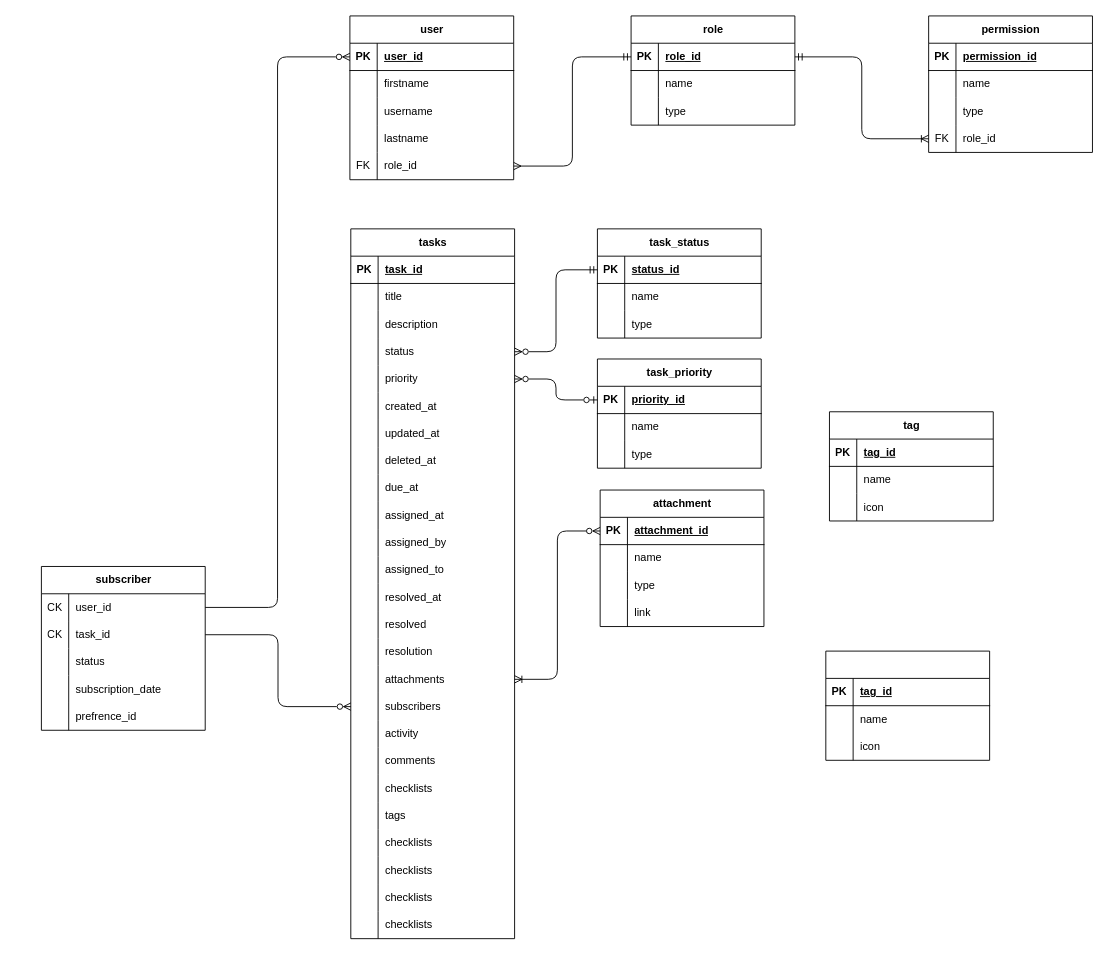
The draw.io diagram Untitled Diagram.drawio in sonu-nigam/workflow, before the edit. Source tidied: cells renumbered, new cells numbered last; positions are measured from the earlier drawing's top-left corner, leaving out a move shared by most shapes. Both pictures are drawn from the tidied source at 91%, with x=0, y=0 at pixel (41, 15).
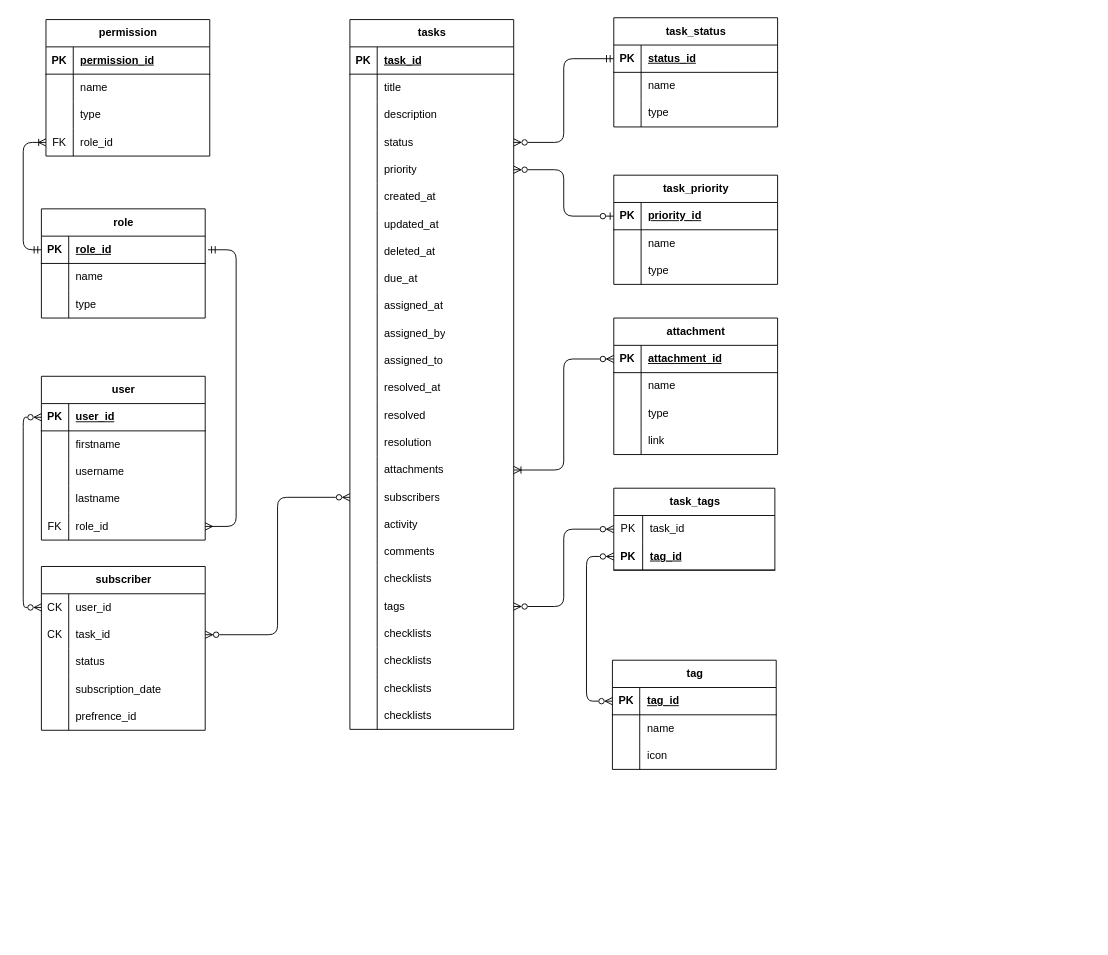
The same diagram, later.

Unchanged cells that the change refers to:
```xml
<mxCell id="3" style="shape=tableRow;horizontal=0;startSize=0;swimlaneHead=0;swimlaneBody=0;fillColor=none;points=[[0,0.5],[1,0.5]];portConstraint=eastwest;top=0;left=0;right=0;bottom=1;rounded=0;" parent="2" vertex="1">
  <mxGeometry y="30" width="180" height="30" as="geometry" />
</mxCell>
<mxCell id="15" style="shape=tableRow;horizontal=0;startSize=0;swimlaneHead=0;swimlaneBody=0;fillColor=none;points=[[0,0.5],[1,0.5]];portConstraint=eastwest;top=0;left=0;right=0;bottom=0;rounded=0;" parent="2" vertex="1">
  <mxGeometry y="150" width="180" height="30" as="geometry" />
</mxCell>
<mxCell id="19" style="shape=tableRow;horizontal=0;startSize=0;swimlaneHead=0;swimlaneBody=0;fillColor=none;points=[[0,0.5],[1,0.5]];portConstraint=eastwest;top=0;left=0;right=0;bottom=1;rounded=0;" parent="18" vertex="1">
  <mxGeometry y="30" width="180" height="30" as="geometry" />
</mxCell>
<mxCell id="77" style="shape=tableRow;horizontal=0;startSize=0;swimlaneHead=0;swimlaneBody=0;fillColor=none;points=[[0,0.5],[1,0.5]];portConstraint=eastwest;top=0;left=0;right=0;bottom=0;" parent="28" vertex="1">
  <mxGeometry y="510" width="180" height="30" as="geometry" />
</mxCell>
<mxCell id="89" style="shape=tableRow;horizontal=0;startSize=0;swimlaneHead=0;swimlaneBody=0;fillColor=none;points=[[0,0.5],[1,0.5]];portConstraint=eastwest;top=0;left=0;right=0;bottom=0;" parent="28" vertex="1">
  <mxGeometry y="630" width="180" height="30" as="geometry" />
</mxCell>
<mxCell id="114" style="shape=tableRow;horizontal=0;startSize=0;swimlaneHead=0;swimlaneBody=0;fillColor=none;points=[[0,0.5],[1,0.5]];portConstraint=eastwest;top=0;left=0;right=0;bottom=0;rounded=0;" parent="104" vertex="1">
  <mxGeometry y="120" width="180" height="30" as="geometry" />
</mxCell>
<mxCell id="140" style="shape=tableRow;horizontal=0;startSize=0;swimlaneHead=0;swimlaneBody=0;fillColor=none;points=[[0,0.5],[1,0.5]];portConstraint=eastwest;top=0;left=0;right=0;bottom=1;rounded=0;" parent="139" vertex="1">
  <mxGeometry y="30" width="180" height="30" as="geometry" />
</mxCell>
<mxCell id="166" style="shape=tableRow;horizontal=0;startSize=0;swimlaneHead=0;swimlaneBody=0;fillColor=none;points=[[0,0.5],[1,0.5]];portConstraint=eastwest;top=0;left=0;right=0;bottom=0;rounded=0;" parent="165" vertex="1">
  <mxGeometry y="30" width="180" height="30" as="geometry" />
</mxCell>
<mxCell id="169" style="shape=tableRow;horizontal=0;startSize=0;swimlaneHead=0;swimlaneBody=0;fillColor=none;points=[[0,0.5],[1,0.5]];portConstraint=eastwest;top=0;left=0;right=0;bottom=0;rounded=0;" parent="165" vertex="1">
  <mxGeometry y="60" width="180" height="30" as="geometry" />
</mxCell>
```

Change to the diagram source:
```diff
@@
     <mxCell id="2" value="user" style="shape=table;startSize=30;childLayout=tableLayout;rowLines=0;fontStyle=1;align=center;html=1;rounded=0;" parent="1" vertex="1">
-      <mxGeometry x="339" width="180" height="180" as="geometry" />
+      <mxGeometry y="396" width="180" height="180" as="geometry" />
     </mxCell>
@@
     <mxCell id="18" value="role" style="shape=table;startSize=30;childLayout=tableLayout;rowLines=0;fontStyle=1;align=center;html=1;rounded=0;" parent="1" vertex="1">
-      <mxGeometry x="648" width="180" height="120" as="geometry" />
+      <mxGeometry y="212" width="180" height="120" as="geometry" />
     </mxCell>
@@
     <mxCell id="28" value="tasks" style="shape=table;startSize=30;childLayout=tableLayout;rowLines=0;fontStyle=1;align=center;html=1;" parent="1" vertex="1">
-      <mxGeometry x="340" y="234" width="180" height="780" as="geometry" />
+      <mxGeometry x="339" y="4" width="180" height="780" as="geometry" />
     </mxCell>
@@
     <mxCell id="104" value="permission" style="shape=table;startSize=30;childLayout=tableLayout;rowLines=0;fontStyle=1;align=center;html=1;rounded=0;" parent="1" vertex="1">
-      <mxGeometry x="975" width="180" height="150" as="geometry" />
+      <mxGeometry x="5" y="4" width="180" height="150" as="geometry" />
     </mxCell>
@@
-    <mxCell id="117" style="edgeStyle=orthogonalEdgeStyle;rounded=1;jettySize=auto;html=1;entryX=0;entryY=0.5;entryDx=0;entryDy=0;curved=0;endArrow=ERmandOne;endFill=0;startArrow=ERmany;startFill=0;" parent="1" edge="1" source="15" target="19">
-      <mxGeometry relative="1" as="geometry" />
+    <mxCell id="117" style="edgeStyle=orthogonalEdgeStyle;rounded=1;jettySize=auto;html=1;curved=0;endArrow=ERmandOne;endFill=0;startArrow=ERmany;startFill=0;" parent="1" edge="1" source="15">
+      <mxGeometry relative="1" as="geometry">
+        <mxPoint x="183" y="257" as="targetPoint" />
+        <Array as="points">
+          <mxPoint x="214" y="561" />
+          <mxPoint x="214" y="257" />
+        </Array>
+      </mxGeometry>
     </mxCell>
-    <mxCell id="118" style="edgeStyle=orthogonalEdgeStyle;rounded=1;jettySize=auto;html=1;entryX=0;entryY=0.5;entryDx=0;entryDy=0;curved=0;endArrow=ERoneToMany;endFill=0;startArrow=ERmandOne;startFill=0;" parent="1" edge="1" source="19" target="114">
-      <mxGeometry relative="1" as="geometry" />
-    </mxCell>
     <mxCell id="119" value="task_status" style="shape=table;startSize=30;childLayout=tableLayout;rowLines=0;fontStyle=1;align=center;html=1;rounded=0;" parent="1" vertex="1">
-      <mxGeometry x="611" y="234" width="180" height="120" as="geometry" />
+      <mxGeometry x="629" y="2" width="180" height="120" as="geometry" />
     </mxCell>
@@
     <mxCell id="129" value="task_priority" style="shape=table;startSize=30;childLayout=tableLayout;rowLines=0;fontStyle=1;align=center;html=1;rounded=0;" parent="1" vertex="1">
-      <mxGeometry x="611" y="377" width="180" height="120" as="geometry" />
+      <mxGeometry x="629" y="175" width="180" height="120" as="geometry" />
     </mxCell>
@@
     <mxCell id="139" value="tag" style="shape=table;startSize=30;childLayout=tableLayout;rowLines=0;fontStyle=1;align=center;html=1;rounded=0;" parent="1" vertex="1">
-      <mxGeometry x="866" y="435" width="180" height="120" as="geometry" />
+      <mxGeometry x="627.5" y="708" width="180" height="120" as="geometry" />
     </mxCell>
@@
     <mxCell id="149" value="attachment" style="shape=table;startSize=30;childLayout=tableLayout;rowLines=0;fontStyle=1;align=center;html=1;rounded=0;" parent="1" vertex="1">
-      <mxGeometry x="614" y="521" width="180" height="150" as="geometry" />
+      <mxGeometry x="629" y="332" width="180" height="150" as="geometry" />
     </mxCell>
@@
+    <mxCell id="193" style="edgeStyle=orthogonalEdgeStyle;rounded=1;jettySize=auto;html=1;entryX=1;entryY=0.5;entryDx=0;entryDy=0;curved=0;startArrow=ERzeroToMany;startFill=0;endArrow=ERzeroToMany;endFill=0;exitX=0;exitY=0.5;exitDx=0;exitDy=0;" parent="1" edge="1" source="185" target="89">
+      <mxGeometry relative="1" as="geometry" />
+    </mxCell>
-    <mxCell id="181" style="shape=table;startSize=30;childLayout=tableLayout;rowLines=0;fontStyle=1;align=center;html=1;rounded=0;" parent="1" vertex="1">
-      <mxGeometry x="862" y="698" width="180" height="120" as="geometry" />
+    <mxCell id="181" value="task_tags" style="shape=table;startSize=30;childLayout=tableLayout;rowLines=0;fontStyle=1;align=center;html=1;rounded=0;" parent="1" vertex="1">
+      <mxGeometry x="629" y="519" width="177" height="90" as="geometry" />
     </mxCell>
+    <mxCell id="185" style="shape=tableRow;horizontal=0;startSize=0;swimlaneHead=0;swimlaneBody=0;fillColor=none;points=[[0,0.5],[1,0.5]];portConstraint=eastwest;top=0;left=0;right=0;bottom=0;rounded=0;" parent="181" vertex="1">
+      <mxGeometry y="30" width="177" height="30" as="geometry" />
+    </mxCell>
+    <mxCell id="186" value="PK" style="shape=partialRectangle;fillColor=none;top=0;left=0;bottom=0;right=0;overflow=hidden;whiteSpace=wrap;html=1;rounded=0;" parent="185" vertex="1">
+      <mxGeometry width="31.7" height="30" as="geometry" />
+    </mxCell>
+    <mxCell id="187" value="task_id" style="shape=partialRectangle;fillColor=none;top=0;left=0;bottom=0;right=0;align=left;spacingLeft=6;overflow=hidden;whiteSpace=wrap;html=1;rounded=0;" parent="185" vertex="1">
+      <mxGeometry x="31.7" width="145.3" height="30" as="geometry" />
+    </mxCell>
     <mxCell id="182" style="shape=tableRow;horizontal=0;startSize=0;swimlaneHead=0;swimlaneBody=0;fillColor=none;points=[[0,0.5],[1,0.5]];portConstraint=eastwest;top=0;left=0;right=0;bottom=1;rounded=0;" parent="181" vertex="1">
-      <mxGeometry y="30" width="180" height="30" as="geometry" />
+      <mxGeometry y="60" width="177" height="30" as="geometry" />
     </mxCell>
     <mxCell id="183" value="PK" style="shape=partialRectangle;fillColor=none;top=0;left=0;bottom=0;right=0;fontStyle=1;overflow=hidden;whiteSpace=wrap;html=1;rounded=0;" parent="182" vertex="1">
-      <mxGeometry width="30" height="30" as="geometry" />
+      <mxGeometry width="31.7" height="30" as="geometry" />
     </mxCell>
     <mxCell id="184" value="tag_id" style="shape=partialRectangle;fillColor=none;top=0;left=0;bottom=0;right=0;align=left;spacingLeft=6;fontStyle=5;overflow=hidden;whiteSpace=wrap;html=1;rounded=0;" parent="182" vertex="1">
-      <mxGeometry x="30" width="150" height="30" as="geometry" />
+      <mxGeometry x="31.7" width="145.3" height="30" as="geometry" />
     </mxCell>
-    <mxCell id="185" style="shape=tableRow;horizontal=0;startSize=0;swimlaneHead=0;swimlaneBody=0;fillColor=none;points=[[0,0.5],[1,0.5]];portConstraint=eastwest;top=0;left=0;right=0;bottom=0;rounded=0;" parent="181" vertex="1">
-      <mxGeometry y="60" width="180" height="30" as="geometry" />
-    </mxCell>
-    <mxCell id="186" style="shape=partialRectangle;fillColor=none;top=0;left=0;bottom=0;right=0;overflow=hidden;whiteSpace=wrap;html=1;rounded=0;" parent="185" vertex="1">
-      <mxGeometry width="30" height="30" as="geometry" />
-    </mxCell>
-    <mxCell id="187" value="name" style="shape=partialRectangle;fillColor=none;top=0;left=0;bottom=0;right=0;align=left;spacingLeft=6;overflow=hidden;whiteSpace=wrap;html=1;rounded=0;" parent="185" vertex="1">
-      <mxGeometry x="30" width="150" height="30" as="geometry" />
-    </mxCell>
-    <mxCell id="188" style="shape=tableRow;horizontal=0;startSize=0;swimlaneHead=0;swimlaneBody=0;fillColor=none;top=0;left=0;right=0;bottom=0;rounded=0;" parent="181" vertex="1">
-      <mxGeometry y="90" width="180" height="30" as="geometry" />
-    </mxCell>
-    <mxCell id="189" style="shape=partialRectangle;fillColor=none;top=0;left=0;bottom=0;right=0;overflow=hidden;whiteSpace=wrap;html=1;rounded=0;" parent="188" vertex="1">
-      <mxGeometry width="30" height="30" as="geometry" />
-    </mxCell>
-    <mxCell id="190" value="icon" style="shape=partialRectangle;fillColor=none;top=0;left=0;bottom=0;right=0;align=left;spacingLeft=6;overflow=hidden;whiteSpace=wrap;html=1;rounded=0;" parent="188" vertex="1">
-      <mxGeometry x="30" width="150" height="30" as="geometry" />
-    </mxCell>
-    <mxCell id="191" style="edgeStyle=orthogonalEdgeStyle;rounded=1;jettySize=auto;html=1;entryX=0;entryY=0.5;entryDx=0;entryDy=0;curved=0;endArrow=ERzeroToMany;endFill=0;" parent="1" edge="1" source="166" target="3">
+    <mxCell id="191" style="edgeStyle=orthogonalEdgeStyle;rounded=1;jettySize=auto;html=1;entryX=0;entryY=0.5;entryDx=0;entryDy=0;curved=0;endArrow=ERzeroToMany;endFill=0;startArrow=ERzeroToMany;startFill=0;" parent="1" edge="1" source="166" target="3">
       <mxGeometry relative="1" as="geometry" />
     </mxCell>
-    <mxCell id="192" style="edgeStyle=orthogonalEdgeStyle;rounded=1;jettySize=auto;html=1;entryX=0;entryY=0.5;entryDx=0;entryDy=0;curved=0;endArrow=ERzeroToMany;endFill=0;" parent="1" edge="1" source="169" target="77">
+    <mxCell id="192" style="edgeStyle=orthogonalEdgeStyle;rounded=1;jettySize=auto;html=1;entryX=0;entryY=0.5;entryDx=0;entryDy=0;curved=0;endArrow=ERzeroToMany;endFill=0;startArrow=ERzeroToMany;startFill=0;" parent="1" edge="1" source="169" target="77">
       <mxGeometry relative="1" as="geometry" />
     </mxCell>
+    <mxCell id="194" style="edgeStyle=orthogonalEdgeStyle;rounded=1;jettySize=auto;html=1;entryX=0;entryY=0.5;entryDx=0;entryDy=0;startArrow=ERoneToMany;startFill=0;endArrow=ERmandOne;endFill=0;curved=0;" parent="1" edge="1" source="114" target="19">
+      <mxGeometry relative="1" as="geometry" />
+    </mxCell>
+    <mxCell id="195" style="edgeStyle=orthogonalEdgeStyle;rounded=1;jettySize=auto;html=1;entryX=0;entryY=0.5;entryDx=0;entryDy=0;startArrow=ERzeroToMany;startFill=0;endArrow=ERzeroToMany;endFill=0;curved=0;" parent="1" edge="1" source="182" target="140">
+      <mxGeometry relative="1" as="geometry">
+        <Array as="points">
+          <mxPoint x="599" y="594" />
+          <mxPoint x="599" y="753" />
+        </Array>
+      </mxGeometry>
+    </mxCell>
```
